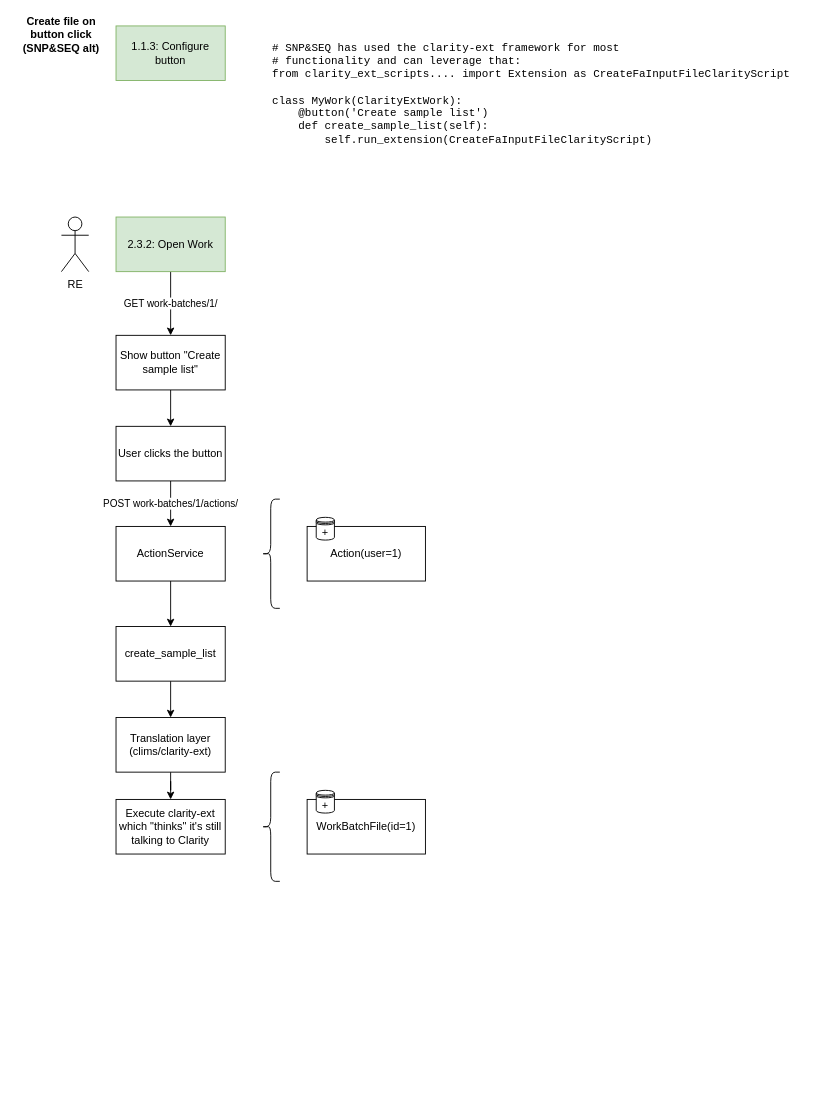
commonlims/commonlims-design keeps this draw.io diagram as diagrams/2.3.4-alt2-create-file-on-button-click.drawio. Above is the earlier version. Source tidied: cells renumbered, new cells numbered last; positions are measured from the earlier drawing's top-left corner, leaving out a move shared by most shapes. Both pictures are drawn from the tidied source at 91%, with x=0, y=0 at pixel (15, 25).
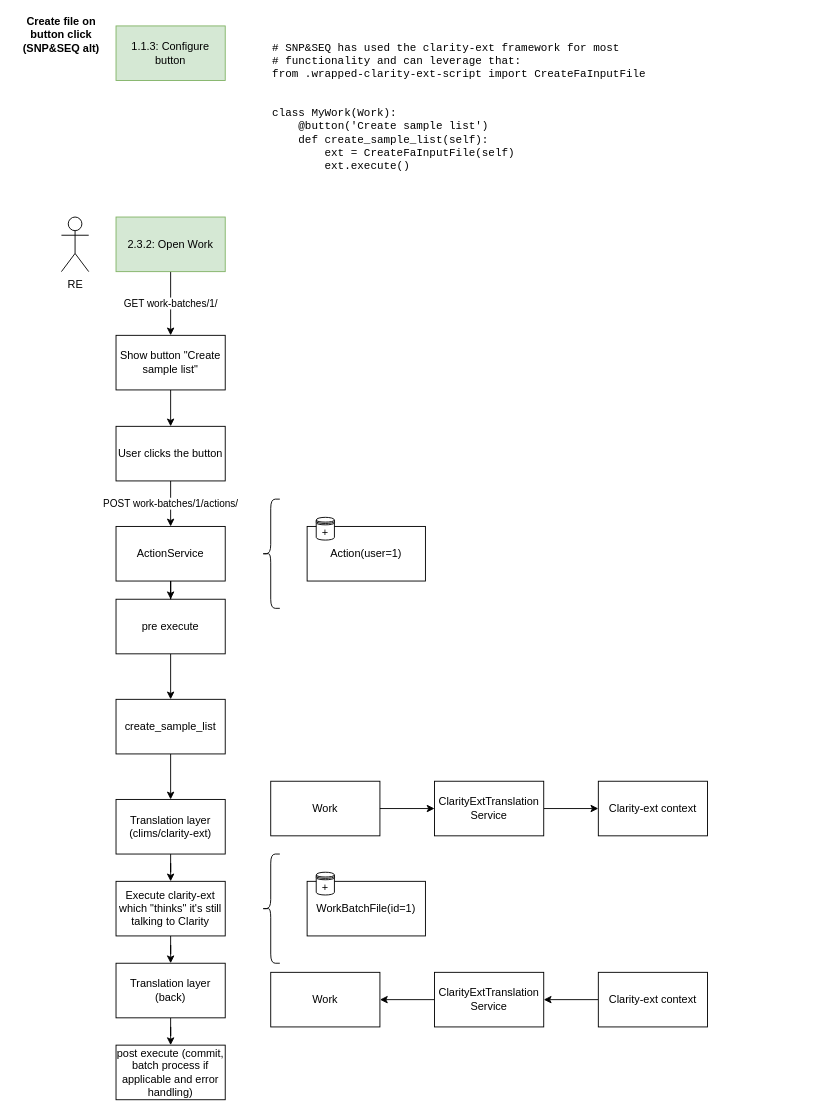
Above is the later version.

Unchanged cells that the change refers to:
```xml
<mxCell id="13" value="ActionService" style="whiteSpace=wrap;html=1;rounded=0;" parent="1" vertex="1">
  <mxGeometry x="110" y="550" width="120" height="60" as="geometry" />
</mxCell>
```

Diff of the diagram source:
```diff
@@
-    <mxCell id="8" value="&lt;div&gt;&lt;div&gt;# SNP&amp;amp;SEQ has used the clarity-ext framework for most&lt;/div&gt;&lt;div&gt;# functionality and can leverage that:&lt;br&gt;&lt;/div&gt;&lt;div&gt;from clarity_ext_scripts.... import Extension as&amp;nbsp;&lt;span&gt;CreateFaInputFileClarityScript&lt;/span&gt;&lt;/div&gt;&lt;/div&gt;&lt;div&gt;&lt;br&gt;&lt;/div&gt;&lt;div&gt;class MyWork(ClarityExtWork):&lt;/div&gt;&lt;div&gt;&amp;nbsp; &amp;nbsp;&amp;nbsp;&lt;span&gt;@button('Create sample list')&lt;/span&gt;&lt;/div&gt;&lt;div&gt;&amp;nbsp; &amp;nbsp; def create_sample_list(self):&lt;/div&gt;&lt;div&gt;&amp;nbsp; &amp;nbsp; &amp;nbsp; &amp;nbsp; self.run_extension(CreateFaInputFileClarityScript)&lt;/div&gt;" style="rounded=1;whiteSpace=wrap;html=1;align=left;strokeColor=none;verticalAlign=top;fontFamily=Courier New;direction=south;" parent="1" vertex="1">
-      <mxGeometry x="280" y="11" width="600" height="159" as="geometry" />
+    <mxCell id="8" value="&lt;div&gt;&lt;div&gt;# SNP&amp;amp;SEQ has used the clarity-ext framework for most&lt;/div&gt;&lt;div&gt;# functionality and can leverage that:&lt;br&gt;&lt;/div&gt;&lt;div&gt;from .wrapped-clarity-ext-script import CreateFaInputFile&lt;/div&gt;&lt;/div&gt;&lt;div&gt;&lt;br&gt;&lt;/div&gt;&lt;div&gt;&lt;br&gt;&lt;/div&gt;&lt;div&gt;class MyWork(Work):&lt;/div&gt;&lt;div&gt;&amp;nbsp; &amp;nbsp;&amp;nbsp;&lt;span&gt;@button('Create sample list')&lt;/span&gt;&lt;/div&gt;&lt;div&gt;&amp;nbsp; &amp;nbsp; def create_sample_list(self):&lt;/div&gt;&lt;div&gt;&amp;nbsp; &amp;nbsp; &amp;nbsp; &amp;nbsp; ext = CreateFaInputFile(self)&lt;/div&gt;&lt;div&gt;&amp;nbsp; &amp;nbsp; &amp;nbsp; &amp;nbsp; ext.execute()&lt;/div&gt;&lt;div&gt;&amp;nbsp; &amp;nbsp; &amp;nbsp; &amp;nbsp;&amp;nbsp;&lt;/div&gt;" style="rounded=1;whiteSpace=wrap;html=1;align=left;strokeColor=none;verticalAlign=top;fontFamily=Courier New;direction=south;" parent="1" vertex="1">
+      <mxGeometry x="280" y="11" width="600" height="169" as="geometry" />
     </mxCell>
@@
-    <mxCell id="12" style="edgeStyle=orthogonalEdgeStyle;rounded=0;jettySize=auto;html=1;" parent="1" edge="1" source="13" target="18">
+    <mxCell id="12" style="edgeStyle=orthogonalEdgeStyle;rounded=0;jettySize=auto;html=1;" parent="1" edge="1" source="31" target="18">
       <mxGeometry relative="1" as="geometry" />
     </mxCell>
@@
     <mxCell id="18" value="create_sample_list" style="whiteSpace=wrap;html=1;rounded=0;" parent="1" vertex="1">
-      <mxGeometry x="110" y="660" width="120" height="60" as="geometry" />
+      <mxGeometry x="110" y="740" width="120" height="60" as="geometry" />
     </mxCell>
@@
     <mxCell id="20" value="Translation layer (clims/clarity-ext)" style="whiteSpace=wrap;html=1;rounded=0;" parent="1" vertex="1">
-      <mxGeometry x="110" y="760" width="120" height="60" as="geometry" />
+      <mxGeometry x="110" y="850" width="120" height="60" as="geometry" />
     </mxCell>
+    <mxCell id="25" style="edgeStyle=orthogonalEdgeStyle;rounded=0;jettySize=auto;html=1;" parent="1" edge="1" source="21" target="35">
+      <mxGeometry relative="1" as="geometry" />
+    </mxCell>
     <mxCell id="21" value="Execute clarity-ext which &quot;thinks&quot; it's still talking to Clarity" style="whiteSpace=wrap;html=1;rounded=0;" parent="1" vertex="1">
-      <mxGeometry x="110" y="850" width="120" height="60" as="geometry" />
+      <mxGeometry x="110" y="940" width="120" height="60" as="geometry" />
     </mxCell>
     <mxCell id="22" value="WorkBatchFile(id=1)" style="rounded=0;whiteSpace=wrap;html=1;fontSize=12;" parent="1" vertex="1">
-      <mxGeometry x="320" y="850" width="130" height="60" as="geometry" />
+      <mxGeometry x="320" y="940" width="130" height="60" as="geometry" />
     </mxCell>
     <mxCell id="23" value="+" style="shape=datastore;whiteSpace=wrap;html=1;fontSize=12;" parent="1" vertex="1">
-      <mxGeometry x="330" y="840" width="20" height="25" as="geometry" />
+      <mxGeometry x="330" y="930" width="20" height="25" as="geometry" />
     </mxCell>
     <mxCell id="24" style="shape=curlyBracket;whiteSpace=wrap;html=1;rounded=1;" parent="1" vertex="1">
-      <mxGeometry x="270" y="820" width="20" height="120" as="geometry" />
+      <mxGeometry x="270" y="910" width="20" height="120" as="geometry" />
     </mxCell>
+    <mxCell id="26" value="Clarity-ext context" style="rounded=0;whiteSpace=wrap;html=1;" parent="1" vertex="1">
+      <mxGeometry x="640" y="830" width="120" height="60" as="geometry" />
+    </mxCell>
+    <mxCell id="27" style="edgeStyle=orthogonalEdgeStyle;rounded=0;jettySize=auto;html=1;" parent="1" edge="1" source="29" target="26">
+      <mxGeometry relative="1" as="geometry" />
+    </mxCell>
+    <mxCell id="28" value="Work" style="rounded=0;whiteSpace=wrap;html=1;" parent="1" vertex="1">
+      <mxGeometry x="280" y="830" width="120" height="60" as="geometry" />
+    </mxCell>
+    <mxCell id="29" value="ClarityExtTranslation&lt;br&gt;Service" style="rounded=0;whiteSpace=wrap;html=1;" parent="1" vertex="1">
+      <mxGeometry x="460" y="830" width="120" height="60" as="geometry" />
+    </mxCell>
+    <mxCell id="30" style="edgeStyle=orthogonalEdgeStyle;rounded=0;jettySize=auto;html=1;" parent="1" edge="1" source="28" target="29">
+      <mxGeometry relative="1" as="geometry" />
+    </mxCell>
+    <mxCell id="31" value="pre execute" style="whiteSpace=wrap;html=1;rounded=0;" parent="1" vertex="1">
+      <mxGeometry x="110" y="630" width="120" height="60" as="geometry" />
+    </mxCell>
+    <mxCell id="32" style="edgeStyle=orthogonalEdgeStyle;rounded=0;jettySize=auto;html=1;" parent="1" edge="1" source="13" target="31">
+      <mxGeometry relative="1" as="geometry" />
+    </mxCell>
+    <mxCell id="33" value="post execute (commit, batch process if applicable and error handling)" style="whiteSpace=wrap;html=1;rounded=0;" parent="1" vertex="1">
+      <mxGeometry x="110" y="1120" width="120" height="60" as="geometry" />
+    </mxCell>
+    <mxCell id="34" style="edgeStyle=orthogonalEdgeStyle;rounded=0;jettySize=auto;html=1;" parent="1" edge="1" source="35" target="33">
+      <mxGeometry relative="1" as="geometry" />
+    </mxCell>
+    <mxCell id="35" value="Translation layer (back)" style="whiteSpace=wrap;html=1;rounded=0;" parent="1" vertex="1">
+      <mxGeometry x="110" y="1030" width="120" height="60" as="geometry" />
+    </mxCell>
+    <mxCell id="36" style="edgeStyle=orthogonalEdgeStyle;rounded=0;jettySize=auto;html=1;" parent="1" edge="1" source="37" target="40">
+      <mxGeometry relative="1" as="geometry" />
+    </mxCell>
+    <mxCell id="37" value="Clarity-ext context" style="rounded=0;whiteSpace=wrap;html=1;" parent="1" vertex="1">
+      <mxGeometry x="640" y="1040" width="120" height="60" as="geometry" />
+    </mxCell>
+    <mxCell id="38" value="Work" style="rounded=0;whiteSpace=wrap;html=1;" parent="1" vertex="1">
+      <mxGeometry x="280" y="1040" width="120" height="60" as="geometry" />
+    </mxCell>
+    <mxCell id="39" style="edgeStyle=orthogonalEdgeStyle;rounded=0;jettySize=auto;html=1;" parent="1" edge="1" source="40" target="38">
+      <mxGeometry relative="1" as="geometry" />
+    </mxCell>
+    <mxCell id="40" value="ClarityExtTranslation&lt;br&gt;Service" style="rounded=0;whiteSpace=wrap;html=1;" parent="1" vertex="1">
+      <mxGeometry x="460" y="1040" width="120" height="60" as="geometry" />
+    </mxCell>
```
